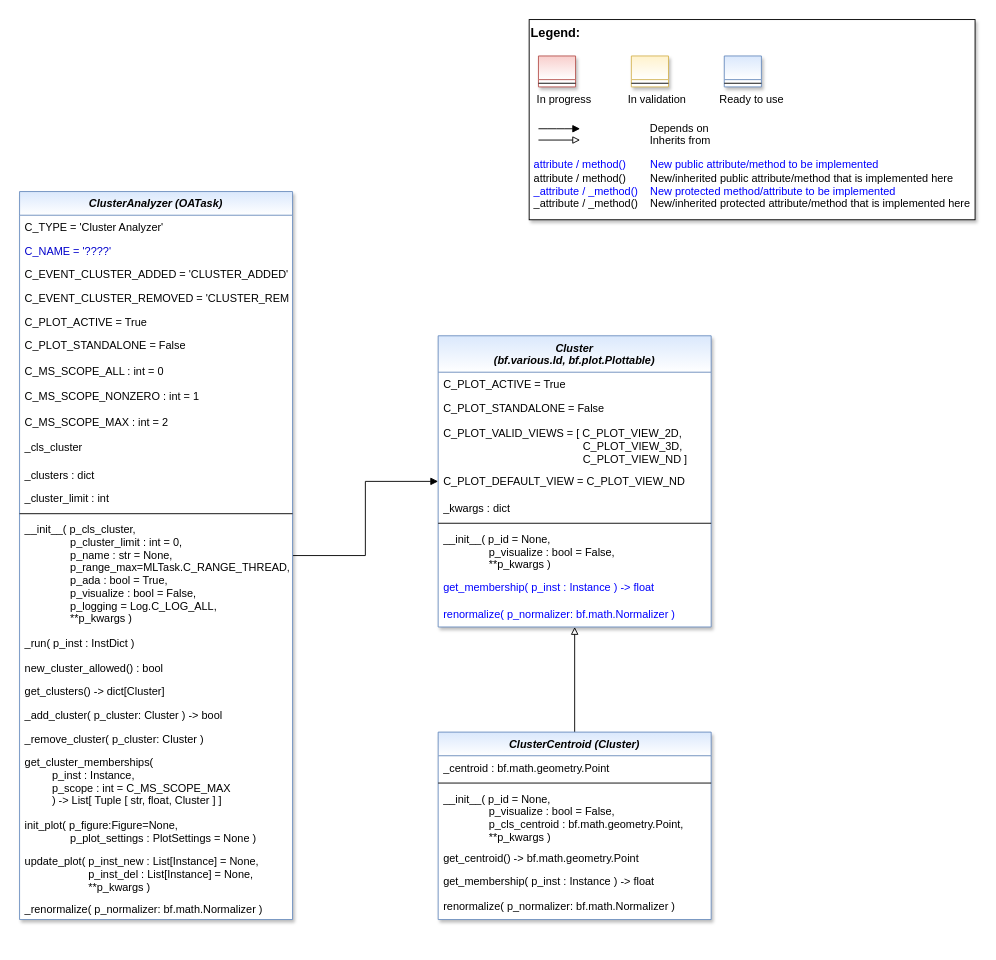
Before: doc/rtd/content/99_appendices/appendix2/sub/core/mlpro_oa/streams/tasks/images/MLPro-OA-Cluster_Analyzers_class_diagram.drawio in fhswf/MLPro, a draw.io diagram. Source tidied: cells renumbered, new cells numbered last; positions are measured from the earlier drawing's top-left corner, leaving out a move shared by most shapes. Both pictures are drawn from the tidied source at 91%, with x=0, y=0 at pixel (19, 19).
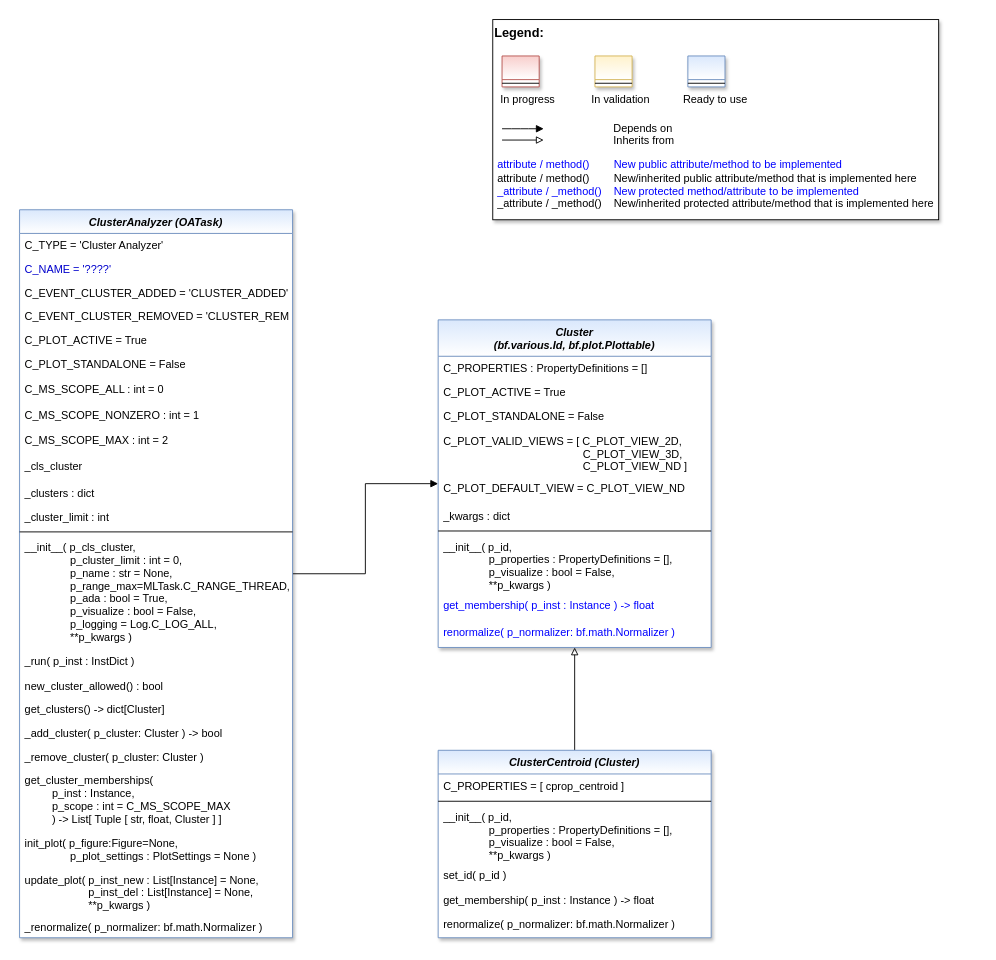
Above is the later version.

Commit message (it also covers changes not shown here):
OA-Streams: Systematics for general properties of a cluster #778

The edit, as a diff of the source:
```diff
@@
     <mxCell id="3" value="ClusterAnalyzer (OATask)" style="swimlane;fontStyle=3;align=center;verticalAlign=top;horizontal=1;startSize=26;rounded=0;shadow=1;strokeWidth=1;fillColor=#dae8fc;strokeColor=#6c8ebf;swimlaneFillColor=#ffffff;gradientColor=#FFFFFF;" parent="1" vertex="1">
-      <mxGeometry y="189" width="300" height="800" as="geometry" />
+      <mxGeometry y="209" width="300" height="800" as="geometry" />
     </mxCell>
@@
     <mxCell id="27" value="Cluster &#10;(bf.various.Id, bf.plot.Plottable)" style="swimlane;fontStyle=3;align=center;verticalAlign=top;horizontal=1;startSize=40;rounded=0;shadow=1;strokeWidth=1;fillColor=#dae8fc;strokeColor=#6c8ebf;swimlaneFillColor=#ffffff;gradientColor=#FFFFFF;" parent="1" vertex="1">
-      <mxGeometry x="460" y="347.5" width="300" height="320" as="geometry" />
+      <mxGeometry x="460" y="330" width="300" height="360" as="geometry" />
     </mxCell>
+    <mxCell id="55" value="C_PROPERTIES : PropertyDefinitions = []" style="text;align=left;verticalAlign=top;spacingLeft=4;spacingRight=4;overflow=hidden;fontColor=default;" parent="27" vertex="1">
+      <mxGeometry y="40" width="300" height="26" as="geometry" />
+    </mxCell>
     <mxCell id="28" value="C_PLOT_ACTIVE = True" style="text;align=left;verticalAlign=top;spacingLeft=4;spacingRight=4;overflow=hidden;fontColor=default;" parent="27" vertex="1">
-      <mxGeometry y="40" width="300" height="26" as="geometry" />
+      <mxGeometry y="66" width="300" height="26" as="geometry" />
     </mxCell>
     <mxCell id="29" value="C_PLOT_STANDALONE = False" style="text;align=left;verticalAlign=top;spacingLeft=4;spacingRight=4;overflow=hidden;fontColor=default;" parent="27" vertex="1">
-      <mxGeometry y="66" width="300" height="28" as="geometry" />
+      <mxGeometry y="92" width="300" height="28" as="geometry" />
     </mxCell>
     <mxCell id="30" value="C_PLOT_VALID_VIEWS = [ C_PLOT_VIEW_2D,&#10;                                              C_PLOT_VIEW_3D,&#10;                                              C_PLOT_VIEW_ND ]" style="text;align=left;verticalAlign=top;spacingLeft=4;spacingRight=4;overflow=hidden;fontColor=default;" parent="27" vertex="1">
-      <mxGeometry y="94" width="300" height="52" as="geometry" />
+      <mxGeometry y="120" width="300" height="52" as="geometry" />
     </mxCell>
     <mxCell id="31" value="C_PLOT_DEFAULT_VIEW = C_PLOT_VIEW_ND" style="text;align=left;verticalAlign=top;spacingLeft=4;spacingRight=4;overflow=hidden;fontColor=default;" parent="27" vertex="1">
-      <mxGeometry y="146" width="300" height="30" as="geometry" />
+      <mxGeometry y="172" width="300" height="30" as="geometry" />
     </mxCell>
     <mxCell id="32" value="_kwargs : dict" style="text;align=left;verticalAlign=top;spacingLeft=4;spacingRight=4;overflow=hidden;fontColor=default;" parent="27" vertex="1">
-      <mxGeometry y="176" width="300" height="26" as="geometry" />
+      <mxGeometry y="202" width="300" height="26" as="geometry" />
     </mxCell>
     <mxCell id="33" style="line;html=1;strokeWidth=1;align=left;verticalAlign=middle;spacingTop=-1;spacingLeft=3;spacingRight=3;labelPosition=right;" parent="27" vertex="1">
-      <mxGeometry y="202" width="300" height="8" as="geometry" />
+      <mxGeometry y="228" width="300" height="8" as="geometry" />
     </mxCell>
-    <mxCell id="34" value="__init__( p_id = None, &#10;               p_visualize : bool = False,&#10;               **p_kwargs )" style="text;align=left;verticalAlign=top;spacingLeft=4;spacingRight=4;overflow=hidden;fontColor=default;" parent="27" vertex="1">
-      <mxGeometry y="210" width="300" height="53" as="geometry" />
+    <mxCell id="34" value="__init__( p_id, &#10;               p_properties : PropertyDefinitions = [],&#10;               p_visualize : bool = False,&#10;               **p_kwargs )" style="text;align=left;verticalAlign=top;spacingLeft=4;spacingRight=4;overflow=hidden;fontColor=default;" parent="27" vertex="1">
+      <mxGeometry y="236" width="300" height="64" as="geometry" />
     </mxCell>
     <mxCell id="35" value="get_membership( p_inst : Instance ) -&gt; float" style="text;align=left;verticalAlign=top;spacingLeft=4;spacingRight=4;overflow=hidden;fontColor=#0000FF;" parent="27" vertex="1">
-      <mxGeometry y="263" width="300" height="30" as="geometry" />
+      <mxGeometry y="300" width="300" height="30" as="geometry" />
     </mxCell>
     <mxCell id="36" value="renormalize( p_normalizer: bf.math.Normalizer )" style="text;align=left;verticalAlign=top;spacingLeft=4;spacingRight=4;overflow=hidden;fontColor=#0000FF;labelBackgroundColor=none;" parent="27" vertex="1">
-      <mxGeometry y="293" width="300" height="25" as="geometry" />
+      <mxGeometry y="330" width="300" height="25" as="geometry" />
     </mxCell>
@@
     <mxCell id="38" value="ClusterCentroid (Cluster)" style="swimlane;fontStyle=3;align=center;verticalAlign=top;horizontal=1;startSize=26;rounded=0;shadow=1;strokeWidth=1;fillColor=#dae8fc;strokeColor=#6c8ebf;swimlaneFillColor=#ffffff;gradientColor=#FFFFFF;" parent="1" vertex="1">
-      <mxGeometry x="460" y="783" width="300" height="206" as="geometry" />
+      <mxGeometry x="460" y="803" width="300" height="206" as="geometry" />
     </mxCell>
-    <mxCell id="39" value="_centroid : bf.math.geometry.Point" style="text;align=left;verticalAlign=top;spacingLeft=4;spacingRight=4;overflow=hidden;" parent="38" vertex="1">
+    <mxCell id="39" value="C_PROPERTIES = [ cprop_centroid ]" style="text;align=left;verticalAlign=top;spacingLeft=4;spacingRight=4;overflow=hidden;" parent="38" vertex="1">
       <mxGeometry y="26" width="300" height="26" as="geometry" />
     </mxCell>
@@
-    <mxCell id="41" value="__init__( p_id = None, &#10;               p_visualize : bool = False,&#10;               p_cls_centroid : bf.math.geometry.Point,&#10;               **p_kwargs )" style="text;align=left;verticalAlign=top;spacingLeft=4;spacingRight=4;overflow=hidden;fontColor=default;" parent="38" vertex="1">
-      <mxGeometry y="60" width="300" height="65" as="geometry" />
-    </mxCell>
-    <mxCell id="42" value="get_centroid() -&gt; bf.math.geometry.Point" style="text;align=left;verticalAlign=top;spacingLeft=4;spacingRight=4;overflow=hidden;" parent="38" vertex="1">
-      <mxGeometry y="125" width="300" height="26" as="geometry" />
-    </mxCell>
+    <mxCell id="56" value="__init__( p_id, &#10;               p_properties : PropertyDefinitions = [],&#10;               p_visualize : bool = False,&#10;               **p_kwargs )" style="text;align=left;verticalAlign=top;spacingLeft=4;spacingRight=4;overflow=hidden;fontColor=default;" parent="38" vertex="1">
+      <mxGeometry y="60" width="300" height="64" as="geometry" />
+    </mxCell>
+    <mxCell id="57" value="set_id( p_id )" style="text;align=left;verticalAlign=top;spacingLeft=4;spacingRight=4;overflow=hidden;fontColor=default;" parent="38" vertex="1">
+      <mxGeometry y="124" width="300" height="27" as="geometry" />
+    </mxCell>
@@
     <mxCell id="45" style="group;" parent="1" vertex="1">
-      <mxGeometry x="560" width="490" height="220" as="geometry" />
+      <mxGeometry x="520" width="490" height="220" as="geometry" />
     </mxCell>
```
